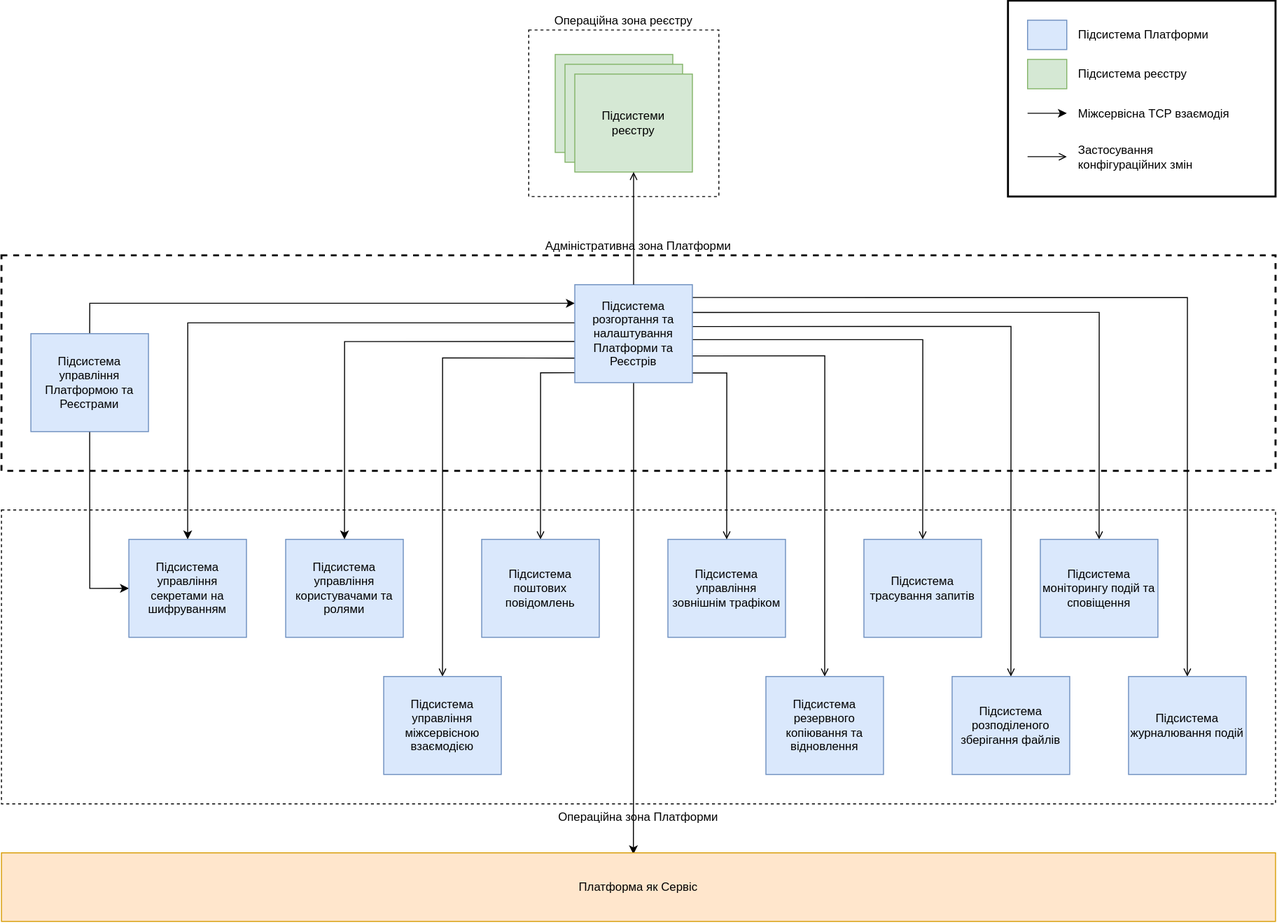
The draw.io diagram modules/arch/images/architecture/platform/administrative/administrative-zone-subsystems.svg in epam/edp-ddm-architecture, before a commit. Source tidied: cells renumbered, new cells last; positions are measured from the earlier drawing's top-left corner, leaving out a move shared by most shapes.
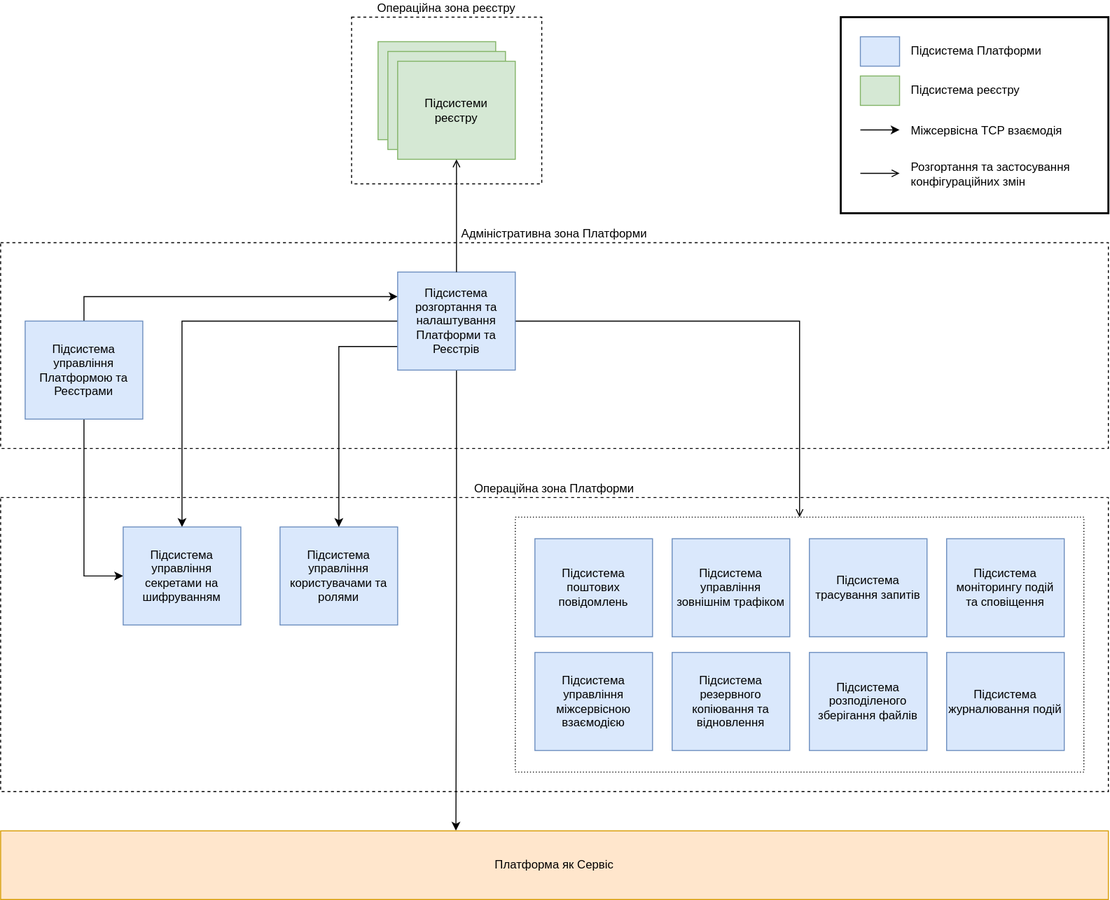
The same file after the commit.

Commit message:
[EDP-DDM-24271] Platform administrative zone logical design cosmetic changes

What changed in the source:
```diff
@@ -2,95 +2,54 @@
   <root>
     <mxCell id="0" />
     <mxCell id="1" parent="0" />
-    <mxCell id="2" value="Адміністративна зона Платформи" style="rounded=0;whiteSpace=wrap;html=1;dashed=1;labelPosition=center;verticalLabelPosition=top;align=center;verticalAlign=bottom;strokeWidth=2;" parent="1" vertex="1">
-      <mxGeometry y="260" width="1300" height="220" as="geometry" />
+    <mxCell id="2" value="Адміністративна зона Платформи" style="rounded=0;whiteSpace=wrap;html=1;dashed=1;labelPosition=center;verticalLabelPosition=top;align=center;verticalAlign=bottom;strokeWidth=1;" parent="1" vertex="1">
+      <mxGeometry x="-10" y="280" width="1130" height="210" as="geometry" />
     </mxCell>
-    <mxCell id="3" value="Операційна зона Платформи" style="rounded=0;whiteSpace=wrap;html=1;dashed=1;labelPosition=center;verticalLabelPosition=bottom;align=center;verticalAlign=top;" parent="1" vertex="1">
-      <mxGeometry y="520" width="1300" height="300" as="geometry" />
+    <mxCell id="3" value="Операційна зона Платформи" style="rounded=0;whiteSpace=wrap;html=1;dashed=1;labelPosition=center;verticalLabelPosition=top;align=center;verticalAlign=bottom;" parent="1" vertex="1">
+      <mxGeometry x="-10" y="540" width="1130" height="300" as="geometry" />
     </mxCell>
-    <mxCell id="4" value="Підсистема управління зовнішнім трафіком" style="rounded=0;whiteSpace=wrap;html=1;fillColor=#dae8fc;strokeColor=#6c8ebf;" parent="1" vertex="1">
-      <mxGeometry x="680" y="550" width="120" height="100" as="geometry" />
-    </mxCell>
     <mxCell id="5" value="Підсистема управління користувачами та ролями" style="rounded=0;whiteSpace=wrap;html=1;fillColor=#dae8fc;strokeColor=#6c8ebf;" parent="1" vertex="1">
-      <mxGeometry x="290" y="550" width="120" height="100" as="geometry" />
+      <mxGeometry x="275" y="570" width="120" height="100" as="geometry" />
     </mxCell>
-    <mxCell id="6" style="edgeStyle=orthogonalEdgeStyle;rounded=0;jettySize=auto;html=1;entryX=0;entryY=0.19;entryDx=0;entryDy=0;exitX=0.5;exitY=0;exitDx=0;exitDy=0;entryPerimeter=0;" parent="1" edge="1" source="8" target="20">
+    <mxCell id="6" style="edgeStyle=orthogonalEdgeStyle;rounded=0;jettySize=auto;html=1;entryX=0;entryY=0.25;entryDx=0;entryDy=0;exitX=0.5;exitY=0;exitDx=0;exitDy=0;entryPerimeter=0;" parent="1" edge="1" source="8" target="20">
       <mxGeometry relative="1" as="geometry" />
     </mxCell>
     <mxCell id="7" style="edgeStyle=orthogonalEdgeStyle;rounded=0;jettySize=auto;html=1;entryX=0;entryY=0.5;entryDx=0;entryDy=0;exitX=0.5;exitY=1;exitDx=0;exitDy=0;" parent="1" edge="1" source="8" target="21">
       <mxGeometry relative="1" as="geometry" />
     </mxCell>
     <mxCell id="8" value="Підсистема управління Платформою та Реєстрами" style="rounded=0;whiteSpace=wrap;html=1;fillColor=#dae8fc;strokeColor=#6c8ebf;" parent="1" vertex="1">
-      <mxGeometry x="30" y="340" width="120" height="100" as="geometry" />
+      <mxGeometry x="15" y="360" width="120" height="100" as="geometry" />
     </mxCell>
-    <mxCell id="9" style="edgeStyle=orthogonalEdgeStyle;rounded=0;jettySize=auto;html=1;entryX=0.5;entryY=0;entryDx=0;entryDy=0;exitX=0.999;exitY=0.727;exitDx=0;exitDy=0;endArrow=open;endFill=0;exitPerimeter=0;" parent="1" edge="1" source="20" target="25">
-      <mxGeometry relative="1" as="geometry" />
-    </mxCell>
-    <mxCell id="10" style="edgeStyle=orthogonalEdgeStyle;rounded=0;jettySize=auto;html=1;entryX=0.5;entryY=0;entryDx=0;entryDy=0;exitX=0.998;exitY=0.901;exitDx=0;exitDy=0;endArrow=open;endFill=0;exitPerimeter=0;" parent="1" edge="1" source="20" target="4">
+    <mxCell id="10" style="edgeStyle=orthogonalEdgeStyle;rounded=0;jettySize=auto;html=1;entryX=0.5;entryY=0;entryDx=0;entryDy=0;exitX=1;exitY=0.5;exitDx=0;exitDy=0;endArrow=open;endFill=0;exitPerimeter=0;" parent="1" edge="1" source="20" target="45">
       <mxGeometry relative="1" as="geometry">
         <Array as="points">
-          <mxPoint x="740" y="380" />
+          <mxPoint x="805" y="360" />
         </Array>
       </mxGeometry>
     </mxCell>
-    <mxCell id="11" style="edgeStyle=orthogonalEdgeStyle;rounded=0;jettySize=auto;html=1;entryX=0.496;entryY=0.02;entryDx=0;entryDy=0;entryPerimeter=0;" parent="1" edge="1" source="20" target="24">
+    <mxCell id="11" style="edgeStyle=orthogonalEdgeStyle;rounded=0;jettySize=auto;html=1;entryX=0.411;entryY=-0.004;entryDx=0;entryDy=0;entryPerimeter=0;" parent="1" edge="1" source="20" target="24">
       <mxGeometry relative="1" as="geometry" />
     </mxCell>
-    <mxCell id="12" style="edgeStyle=orthogonalEdgeStyle;rounded=0;jettySize=auto;html=1;entryX=0.5;entryY=0;entryDx=0;entryDy=0;exitX=0;exitY=0.899;exitDx=0;exitDy=0;endArrow=open;endFill=0;exitPerimeter=0;" parent="1" edge="1" source="20" target="22">
-      <mxGeometry relative="1" as="geometry">
-        <Array as="points">
-          <mxPoint x="550" y="380" />
-        </Array>
-      </mxGeometry>
-    </mxCell>
-    <mxCell id="13" style="edgeStyle=orthogonalEdgeStyle;rounded=0;jettySize=auto;html=1;entryX=0.5;entryY=0;entryDx=0;entryDy=0;exitX=0.001;exitY=0.749;exitDx=0;exitDy=0;endArrow=open;endFill=0;exitPerimeter=0;" parent="1" edge="1" source="20" target="23">
-      <mxGeometry relative="1" as="geometry">
-        <Array as="points">
-          <mxPoint x="450" y="365" />
-        </Array>
-      </mxGeometry>
-    </mxCell>
-    <mxCell id="14" style="edgeStyle=orthogonalEdgeStyle;rounded=0;jettySize=auto;html=1;entryX=0.5;entryY=0;entryDx=0;entryDy=0;exitX=0;exitY=0.39;exitDx=0;exitDy=0;exitPerimeter=0;" parent="1" edge="1" source="20" target="21">
+    <mxCell id="14" style="edgeStyle=orthogonalEdgeStyle;rounded=0;jettySize=auto;html=1;entryX=0.5;entryY=0;entryDx=0;entryDy=0;exitX=0;exitY=0.5;exitDx=0;exitDy=0;exitPerimeter=0;" parent="1" edge="1" source="20" target="21">
       <mxGeometry relative="1" as="geometry" />
     </mxCell>
-    <mxCell id="15" style="edgeStyle=orthogonalEdgeStyle;rounded=0;jettySize=auto;html=1;entryX=0.5;entryY=0;entryDx=0;entryDy=0;exitX=0;exitY=0.58;exitDx=0;exitDy=0;exitPerimeter=0;" parent="1" edge="1" source="20" target="5">
+    <mxCell id="15" style="edgeStyle=orthogonalEdgeStyle;rounded=0;jettySize=auto;html=1;entryX=0.5;entryY=0;entryDx=0;entryDy=0;exitX=0;exitY=0.76;exitDx=0;exitDy=0;exitPerimeter=0;" parent="1" edge="1" source="20" target="5">
       <mxGeometry relative="1" as="geometry" />
     </mxCell>
-    <mxCell id="16" style="edgeStyle=orthogonalEdgeStyle;rounded=0;jettySize=auto;html=1;entryX=0.5;entryY=0;entryDx=0;entryDy=0;endArrow=open;endFill=0;exitX=1.002;exitY=0.427;exitDx=0;exitDy=0;exitPerimeter=0;" parent="1" edge="1" source="20" target="34">
-      <mxGeometry relative="1" as="geometry" />
-    </mxCell>
-    <mxCell id="17" style="edgeStyle=orthogonalEdgeStyle;rounded=0;jettySize=auto;html=1;entryX=0.5;entryY=0;entryDx=0;entryDy=0;endArrow=open;endFill=0;exitX=1.002;exitY=0.283;exitDx=0;exitDy=0;exitPerimeter=0;" parent="1" edge="1" source="20" target="32">
-      <mxGeometry relative="1" as="geometry" />
-    </mxCell>
-    <mxCell id="18" style="edgeStyle=orthogonalEdgeStyle;rounded=0;jettySize=auto;html=1;entryX=0.5;entryY=0;entryDx=0;entryDy=0;endArrow=open;endFill=0;exitX=0.999;exitY=0.131;exitDx=0;exitDy=0;exitPerimeter=0;" parent="1" edge="1" source="20" target="31">
-      <mxGeometry relative="1" as="geometry" />
-    </mxCell>
-    <mxCell id="19" style="edgeStyle=orthogonalEdgeStyle;rounded=0;jettySize=auto;html=1;entryX=0.5;entryY=0;entryDx=0;entryDy=0;endArrow=open;endFill=0;exitX=1.002;exitY=0.561;exitDx=0;exitDy=0;exitPerimeter=0;" parent="1" edge="1" source="20" target="33">
-      <mxGeometry relative="1" as="geometry" />
-    </mxCell>
-    <mxCell id="20" value="Підсистема розгортання та налаштування Платформи та Реєстрів" style="rounded=0;whiteSpace=wrap;html=1;fillColor=#dae8fc;strokeColor=#6c8ebf;points=[[0,0,0,0,0],[0,0.19,0,0,0],[0,0.39,0,0,0],[0,0.58,0,0,0],[0,0.79,0,0,0],[0,1,0,0,0],[0.25,0,0,0,0],[0.25,1,0,0,0],[0.5,0,0,0,0],[0.5,1,0,0,0],[0.75,0,0,0,0],[0.75,1,0,0,0],[1,0,0,0,0],[1,0.17,0,0,0],[1,0.33,0,0,0],[1,0.5,0,0,0],[1,0.66,0,0,0],[1,0.82,0,0,0],[1,1,0,0,0]];" parent="1" vertex="1">
-      <mxGeometry x="585" y="290" width="120" height="100" as="geometry" />
+    <mxCell id="20" value="Підсистема розгортання та налаштування Платформи та Реєстрів" style="rounded=0;whiteSpace=wrap;html=1;fillColor=#dae8fc;strokeColor=#6c8ebf;points=[[0,0,0,0,0],[0,0.25,0,0,0],[0,0.5,0,0,0],[0,0.76,0,0,0],[0,1,0,0,0],[0.25,0,0,0,0],[0.25,1,0,0,0],[0.5,0,0,0,0],[0.5,1,0,0,0],[0.75,0,0,0,0],[0.75,1,0,0,0],[1,0,0,0,0],[1,0.17,0,0,0],[1,0.33,0,0,0],[1,0.5,0,0,0],[1,0.66,0,0,0],[1,0.82,0,0,0],[1,1,0,0,0]];" parent="1" vertex="1">
+      <mxGeometry x="395" y="310" width="120" height="100" as="geometry" />
     </mxCell>
     <mxCell id="21" value="Підсистема управління секретами на шифруванням" style="rounded=0;whiteSpace=wrap;html=1;fillColor=#dae8fc;strokeColor=#6c8ebf;" parent="1" vertex="1">
-      <mxGeometry x="130" y="550" width="120" height="100" as="geometry" />
+      <mxGeometry x="115" y="570" width="120" height="100" as="geometry" />
     </mxCell>
-    <mxCell id="22" value="Підсистема поштових повідомлень" style="rounded=0;whiteSpace=wrap;html=1;fillColor=#dae8fc;strokeColor=#6c8ebf;" parent="1" vertex="1">
-      <mxGeometry x="490" y="550" width="120" height="100" as="geometry" />
-    </mxCell>
-    <mxCell id="23" value="Підсистема управління міжсервісною взаємодією" style="rounded=0;whiteSpace=wrap;html=1;fillColor=#dae8fc;strokeColor=#6c8ebf;" parent="1" vertex="1">
-      <mxGeometry x="390" y="690" width="120" height="100" as="geometry" />
-    </mxCell>
     <mxCell id="24" value="Платформа як Сервіс" style="rounded=0;whiteSpace=wrap;html=1;fillColor=#ffe6cc;strokeColor=#d79b00;" parent="1" vertex="1">
-      <mxGeometry y="870" width="1300" height="70" as="geometry" />
+      <mxGeometry x="-10" y="880" width="1130" height="70" as="geometry" />
     </mxCell>
-    <mxCell id="25" value="Підсистема резервного копіювання та відновлення" style="rounded=0;whiteSpace=wrap;html=1;fillColor=#dae8fc;strokeColor=#6c8ebf;" parent="1" vertex="1">
-      <mxGeometry x="780" y="690" width="120" height="100" as="geometry" />
-    </mxCell>
     <mxCell id="26" value="Операційна зона реєстру" style="rounded=0;whiteSpace=wrap;html=1;dashed=1;labelPosition=center;verticalLabelPosition=top;align=center;verticalAlign=bottom;" parent="1" vertex="1">
-      <mxGeometry x="538" y="30" width="194" height="170" as="geometry" />
+      <mxGeometry x="348" y="50" width="194" height="170" as="geometry" />
     </mxCell>
     <mxCell id="27" style="group;" parent="1" vertex="1">
-      <mxGeometry x="565" y="55" width="140" height="120" as="geometry" />
+      <mxGeometry x="375" y="75" width="140" height="120" as="geometry" />
     </mxCell>
     <mxCell id="28" style="rounded=0;whiteSpace=wrap;html=1;fillColor=#d5e8d4;strokeColor=#82b366;" parent="27" vertex="1">
       <mxGeometry width="120" height="100" as="geometry" />
@@ -101,59 +60,74 @@
     <mxCell id="30" value="Підсистеми &lt;br&gt;реєстру" style="rounded=0;whiteSpace=wrap;html=1;fillColor=#d5e8d4;strokeColor=#82b366;" parent="27" vertex="1">
       <mxGeometry x="20" y="20" width="120" height="100" as="geometry" />
     </mxCell>
-    <mxCell id="31" value="Підсистема журналювання подій" style="rounded=0;whiteSpace=wrap;html=1;fillColor=#dae8fc;strokeColor=#6c8ebf;" parent="1" vertex="1">
-      <mxGeometry x="1150" y="690" width="120" height="100" as="geometry" />
-    </mxCell>
-    <mxCell id="32" value="Підсистема моніторингу подій та сповіщення" style="rounded=0;whiteSpace=wrap;html=1;fillColor=#dae8fc;strokeColor=#6c8ebf;" parent="1" vertex="1">
-      <mxGeometry x="1060" y="550" width="120" height="100" as="geometry" />
-    </mxCell>
-    <mxCell id="33" value="Підсистема трасування запитів" style="rounded=0;whiteSpace=wrap;html=1;fillColor=#dae8fc;strokeColor=#6c8ebf;" parent="1" vertex="1">
-      <mxGeometry x="880" y="550" width="120" height="100" as="geometry" />
-    </mxCell>
-    <mxCell id="34" value="Підсистема розподіленого зберігання файлів" style="rounded=0;whiteSpace=wrap;html=1;fillColor=#dae8fc;strokeColor=#6c8ebf;" parent="1" vertex="1">
-      <mxGeometry x="970" y="690" width="120" height="100" as="geometry" />
-    </mxCell>
     <mxCell id="35" style="edgeStyle=orthogonalEdgeStyle;rounded=0;jettySize=auto;html=1;entryX=0.5;entryY=1;entryDx=0;entryDy=0;endArrow=open;endFill=0;" parent="1" edge="1" source="20" target="30">
       <mxGeometry relative="1" as="geometry" />
     </mxCell>
     <mxCell id="36" style="rounded=0;whiteSpace=wrap;html=1;strokeColor=#000000;strokeWidth=2;fillColor=none;" parent="1" vertex="1">
-      <mxGeometry x="1027" width="273" height="200" as="geometry" />
+      <mxGeometry x="847" y="50" width="273" height="200" as="geometry" />
     </mxCell>
     <mxCell id="37" style="edgeStyle=orthogonalEdgeStyle;rounded=0;orthogonalLoop=1;jettySize=auto;html=1;endArrow=open;endFill=0;" parent="1" edge="1">
       <mxGeometry relative="1" as="geometry">
-        <mxPoint x="1047" y="159.3" as="sourcePoint" />
-        <mxPoint x="1087" y="159.3" as="targetPoint" />
+        <mxPoint x="867" y="209.3" as="sourcePoint" />
+        <mxPoint x="907" y="209.3" as="targetPoint" />
         <Array as="points">
-          <mxPoint x="1047" y="159.3" />
+          <mxPoint x="867" y="209.3" />
         </Array>
       </mxGeometry>
     </mxCell>
     <mxCell id="38" value="Міжсервісна TCP взаємодія" style="text;html=1;strokeColor=none;fillColor=none;align=left;verticalAlign=middle;whiteSpace=wrap;rounded=0;" parent="1" vertex="1">
-      <mxGeometry x="1097" y="100.5" width="198" height="30" as="geometry" />
+      <mxGeometry x="917" y="150.5" width="198" height="30" as="geometry" />
     </mxCell>
     <mxCell id="39" style="rounded=0;whiteSpace=wrap;html=1;strokeWidth=1;labelPosition=center;verticalLabelPosition=top;align=center;verticalAlign=bottom;strokeColor=#6c8ebf;fillColor=#dae8fc;" parent="1" vertex="1">
-      <mxGeometry x="1047" y="20" width="40" height="30" as="geometry" />
+      <mxGeometry x="867" y="70" width="40" height="30" as="geometry" />
     </mxCell>
     <mxCell id="40" value="Підсистема Платформи" style="text;html=1;strokeColor=none;fillColor=none;align=left;verticalAlign=middle;whiteSpace=wrap;rounded=0;" parent="1" vertex="1">
-      <mxGeometry x="1097" y="20" width="183" height="30" as="geometry" />
+      <mxGeometry x="917" y="70" width="183" height="30" as="geometry" />
     </mxCell>
-    <mxCell id="41" value="Застосування &lt;br&gt;конфігураційних змін" style="text;html=1;strokeColor=none;fillColor=none;align=left;verticalAlign=middle;whiteSpace=wrap;rounded=0;" parent="1" vertex="1">
-      <mxGeometry x="1097" y="145" width="198" height="30" as="geometry" />
+    <mxCell id="41" value="Розгортання та застосування &lt;br&gt;конфігураційних змін" style="text;html=1;strokeColor=none;fillColor=none;align=left;verticalAlign=middle;whiteSpace=wrap;rounded=0;" parent="1" vertex="1">
+      <mxGeometry x="917" y="195" width="198" height="30" as="geometry" />
     </mxCell>
     <mxCell id="42" style="edgeStyle=orthogonalEdgeStyle;rounded=0;orthogonalLoop=1;jettySize=auto;html=1;endArrow=classic;endFill=1;" parent="1" edge="1">
       <mxGeometry relative="1" as="geometry">
-        <mxPoint x="1047" y="115" as="sourcePoint" />
-        <mxPoint x="1087" y="115" as="targetPoint" />
+        <mxPoint x="867" y="165" as="sourcePoint" />
+        <mxPoint x="907" y="165" as="targetPoint" />
         <Array as="points">
-          <mxPoint x="1047" y="115" />
+          <mxPoint x="867" y="165" />
         </Array>
       </mxGeometry>
     </mxCell>
     <mxCell id="43" style="rounded=0;whiteSpace=wrap;html=1;strokeWidth=1;labelPosition=center;verticalLabelPosition=top;align=center;verticalAlign=bottom;strokeColor=#82b366;fillColor=#d5e8d4;" parent="1" vertex="1">
-      <mxGeometry x="1047" y="60" width="40" height="30" as="geometry" />
+      <mxGeometry x="867" y="110" width="40" height="30" as="geometry" />
     </mxCell>
     <mxCell id="44" value="Підсистема реєстру" style="text;html=1;strokeColor=none;fillColor=none;align=left;verticalAlign=middle;whiteSpace=wrap;rounded=0;" parent="1" vertex="1">
-      <mxGeometry x="1097" y="60" width="183" height="30" as="geometry" />
+      <mxGeometry x="917" y="110" width="183" height="30" as="geometry" />
     </mxCell>
+    <mxCell id="45" style="rounded=0;whiteSpace=wrap;html=1;dashed=1;labelPosition=center;verticalLabelPosition=bottom;align=center;verticalAlign=top;dashPattern=1 2;" parent="1" vertex="1">
+      <mxGeometry x="515" y="560" width="580" height="260" as="geometry" />
+    </mxCell>
+    <mxCell id="4" value="Підсистема управління зовнішнім трафіком" style="rounded=0;whiteSpace=wrap;html=1;fillColor=#dae8fc;strokeColor=#6c8ebf;" parent="1" vertex="1">
+      <mxGeometry x="675" y="582" width="120" height="100" as="geometry" />
+    </mxCell>
+    <mxCell id="22" value="Підсистема поштових повідомлень" style="rounded=0;whiteSpace=wrap;html=1;fillColor=#dae8fc;strokeColor=#6c8ebf;" parent="1" vertex="1">
+      <mxGeometry x="535" y="582" width="120" height="100" as="geometry" />
+    </mxCell>
+    <mxCell id="23" value="Підсистема управління міжсервісною взаємодією" style="rounded=0;whiteSpace=wrap;html=1;fillColor=#dae8fc;strokeColor=#6c8ebf;" parent="1" vertex="1">
+      <mxGeometry x="535" y="698" width="120" height="100" as="geometry" />
+    </mxCell>
+    <mxCell id="25" value="Підсистема резервного копіювання та відновлення" style="rounded=0;whiteSpace=wrap;html=1;fillColor=#dae8fc;strokeColor=#6c8ebf;" parent="1" vertex="1">
+      <mxGeometry x="675" y="698" width="120" height="100" as="geometry" />
+    </mxCell>
+    <mxCell id="31" value="Підсистема журналювання подій" style="rounded=0;whiteSpace=wrap;html=1;fillColor=#dae8fc;strokeColor=#6c8ebf;" parent="1" vertex="1">
+      <mxGeometry x="955" y="698" width="120" height="100" as="geometry" />
+    </mxCell>
+    <mxCell id="32" value="Підсистема моніторингу подій &lt;br&gt;та сповіщення" style="rounded=0;whiteSpace=wrap;html=1;fillColor=#dae8fc;strokeColor=#6c8ebf;" parent="1" vertex="1">
+      <mxGeometry x="955" y="582" width="120" height="100" as="geometry" />
+    </mxCell>
+    <mxCell id="33" value="Підсистема трасування запитів" style="rounded=0;whiteSpace=wrap;html=1;fillColor=#dae8fc;strokeColor=#6c8ebf;" parent="1" vertex="1">
+      <mxGeometry x="815" y="582" width="120" height="100" as="geometry" />
+    </mxCell>
+    <mxCell id="34" value="Підсистема розподіленого зберігання файлів" style="rounded=0;whiteSpace=wrap;html=1;fillColor=#dae8fc;strokeColor=#6c8ebf;" parent="1" vertex="1">
+      <mxGeometry x="815" y="698" width="120" height="100" as="geometry" />
+    </mxCell>
   </root>
 </mxGraphModel>
```
